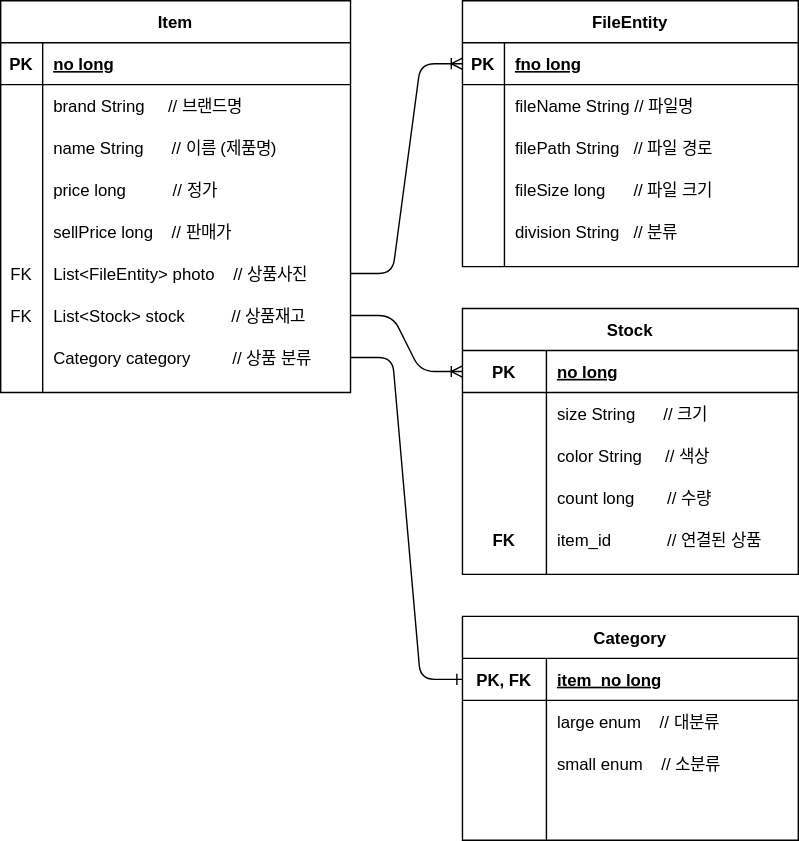
leesj8115/CloneProject keeps this draw.io diagram as mydb.svg. Above is the earlier version. Source tidied: cells renumbered, new cells last; positions are measured from the earlier drawing's top-left corner, leaving out a move shared by most shapes.
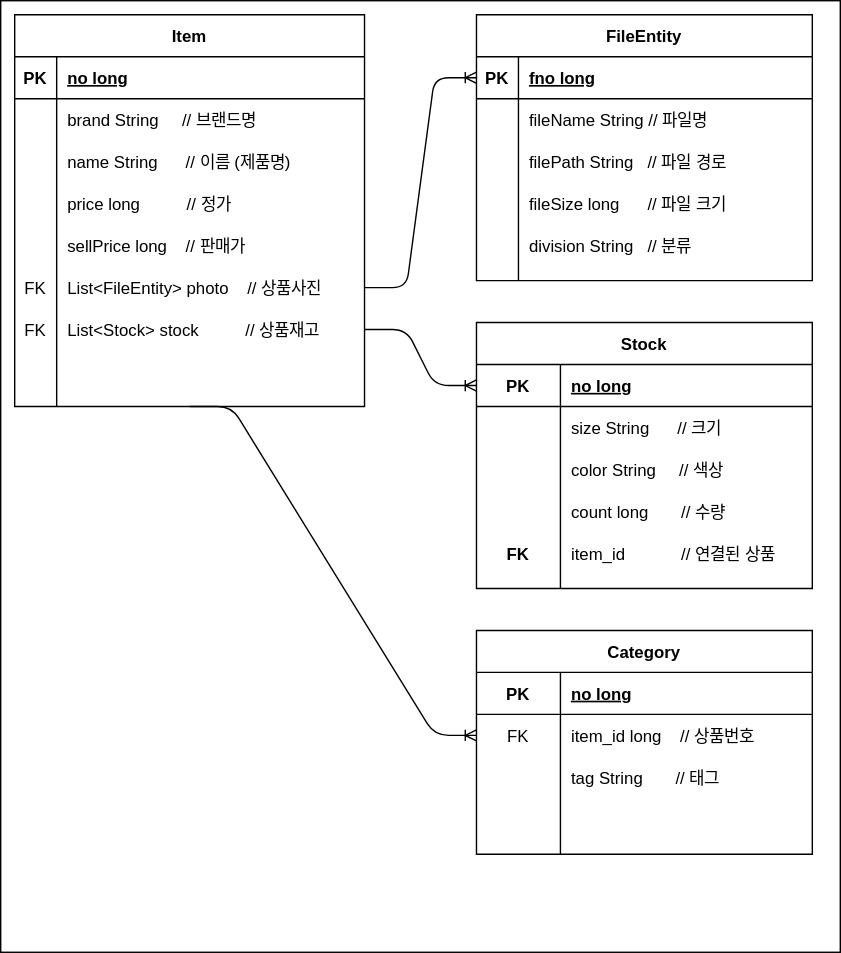
The same file after the commit.

The edit, as a diff of the source:
```diff
@@ -2,6 +2,9 @@
   <root>
     <mxCell id="0" />
     <mxCell id="1" parent="0" />
+    <mxCell id="75" style="rounded=0;whiteSpace=wrap;html=1;" parent="1" vertex="1">
+      <mxGeometry x="-10" y="-10" width="600" height="680" as="geometry" />
+    </mxCell>
     <mxCell id="2" value="Item" style="shape=table;startSize=30;rowLines=0;fontStyle=1;align=center;" parent="1" vertex="1">
       <mxGeometry width="250" height="280" as="geometry" />
     </mxCell>
@@ -74,7 +77,7 @@
     <mxCell id="25" style="shape=partialRectangle;overflow=hidden;fillColor=none;top=0;left=0;bottom=0;right=0;fontStyle=1;" parent="24" vertex="1">
       <mxGeometry width="30" height="30" as="geometry" />
     </mxCell>
-    <mxCell id="26" value="Category category         // 상품 분류" style="shape=partialRectangle;overflow=hidden;fillColor=none;top=0;left=0;bottom=0;right=0;align=left;spacingLeft=6;" parent="24" vertex="1">
+    <mxCell id="26" style="shape=partialRectangle;overflow=hidden;fillColor=none;top=0;left=0;bottom=0;right=0;align=left;spacingLeft=6;" parent="24" vertex="1">
       <mxGeometry x="30" width="220" height="30" as="geometry" />
     </mxCell>
     <mxCell id="27" value="FileEntity" style="shape=table;startSize=30;rowLines=0;fontStyle=1;align=center;" parent="1" vertex="1">
@@ -182,19 +185,19 @@
     <mxCell id="61" style="shape=partialRectangle;fillColor=none;top=0;left=0;bottom=1;right=0;points=[[0,0.5],[1,0.5]];portConstraint=eastwest;" parent="60" vertex="1">
       <mxGeometry y="30" width="240" height="30" as="geometry" />
     </mxCell>
-    <mxCell id="62" value="PK, FK" style="shape=partialRectangle;fillColor=none;top=0;left=0;bottom=0;right=0;fontStyle=1;overflow=hidden;" parent="61" vertex="1">
+    <mxCell id="62" value="PK" style="shape=partialRectangle;fillColor=none;top=0;left=0;bottom=0;right=0;fontStyle=1;overflow=hidden;" parent="61" vertex="1">
       <mxGeometry width="60" height="30" as="geometry" />
     </mxCell>
-    <mxCell id="63" value="item_no long" style="shape=partialRectangle;fillColor=none;top=0;left=0;bottom=0;right=0;align=left;spacingLeft=6;fontStyle=5;overflow=hidden;" parent="61" vertex="1">
+    <mxCell id="63" value="no long" style="shape=partialRectangle;fillColor=none;top=0;left=0;bottom=0;right=0;align=left;spacingLeft=6;fontStyle=5;overflow=hidden;" parent="61" vertex="1">
       <mxGeometry x="60" width="180" height="30" as="geometry" />
     </mxCell>
     <mxCell id="64" style="shape=partialRectangle;fillColor=none;top=0;left=0;bottom=0;right=0;points=[[0,0.5],[1,0.5]];portConstraint=eastwest;" parent="60" vertex="1">
       <mxGeometry y="60" width="240" height="30" as="geometry" />
     </mxCell>
-    <mxCell id="65" style="shape=partialRectangle;fillColor=none;top=0;left=0;bottom=0;right=0;overflow=hidden;" parent="64" vertex="1">
+    <mxCell id="65" value="FK" style="shape=partialRectangle;fillColor=none;top=0;left=0;bottom=0;right=0;overflow=hidden;" parent="64" vertex="1">
       <mxGeometry width="60" height="30" as="geometry" />
     </mxCell>
-    <mxCell id="66" value="large enum    // 대분류" style="shape=partialRectangle;fillColor=none;top=0;left=0;bottom=0;right=0;align=left;spacingLeft=6;overflow=hidden;" parent="64" vertex="1">
+    <mxCell id="66" value="item_id long    // 상품번호" style="shape=partialRectangle;fillColor=none;top=0;left=0;bottom=0;right=0;align=left;spacingLeft=6;overflow=hidden;" parent="64" vertex="1">
       <mxGeometry x="60" width="180" height="30" as="geometry" />
     </mxCell>
     <mxCell id="67" style="shape=partialRectangle;fillColor=none;top=0;left=0;bottom=0;right=0;" parent="60" vertex="1">
@@ -203,7 +206,7 @@
     <mxCell id="68" style="shape=partialRectangle;fillColor=none;top=0;left=0;bottom=0;right=0;overflow=hidden;" parent="67" vertex="1">
       <mxGeometry width="60" height="30" as="geometry" />
     </mxCell>
-    <mxCell id="69" value="small enum    // 소분류" style="shape=partialRectangle;fillColor=none;top=0;left=0;bottom=0;right=0;align=left;spacingLeft=6;overflow=hidden;" parent="67" vertex="1">
+    <mxCell id="69" value="tag String       // 태그" style="shape=partialRectangle;fillColor=none;top=0;left=0;bottom=0;right=0;align=left;spacingLeft=6;overflow=hidden;" parent="67" vertex="1">
       <mxGeometry x="60" width="180" height="30" as="geometry" />
     </mxCell>
     <mxCell id="70" style="shape=partialRectangle;fillColor=none;top=0;left=0;bottom=0;right=0;" parent="60" vertex="1">
@@ -218,8 +221,8 @@
     <mxCell id="73" style="edgeStyle=entityRelationEdgeStyle;fontSize=12;html=1;endArrow=ERoneToMany;exitX=1;exitY=0.5;exitDx=0;exitDy=0;entryX=0;entryY=0.5;entryDx=0;entryDy=0;" parent="1" edge="1" source="21" target="45">
       <mxGeometry relative="1" as="geometry" />
     </mxCell>
-    <mxCell id="74" style="edgeStyle=entityRelationEdgeStyle;fontSize=12;html=1;endArrow=ERone;endFill=1;entryX=0;entryY=0.5;entryDx=0;entryDy=0;exitX=1;exitY=0.5;exitDx=0;exitDy=0;" parent="1" edge="1" source="24" target="61">
-      <mxGeometry relative="1" as="geometry" />
-    </mxCell>
+    <mxCell id="76" style="edgeStyle=entityRelationEdgeStyle;fontSize=12;html=1;endArrow=ERoneToMany;exitX=0.5;exitY=1;exitDx=0;exitDy=0;entryX=0;entryY=0.5;entryDx=0;entryDy=0;" parent="1" edge="1" source="2" target="64">
+      <mxGeometry relative="1" as="geometry" />
+    </mxCell>
   </root>
 </mxGraphModel>
```
